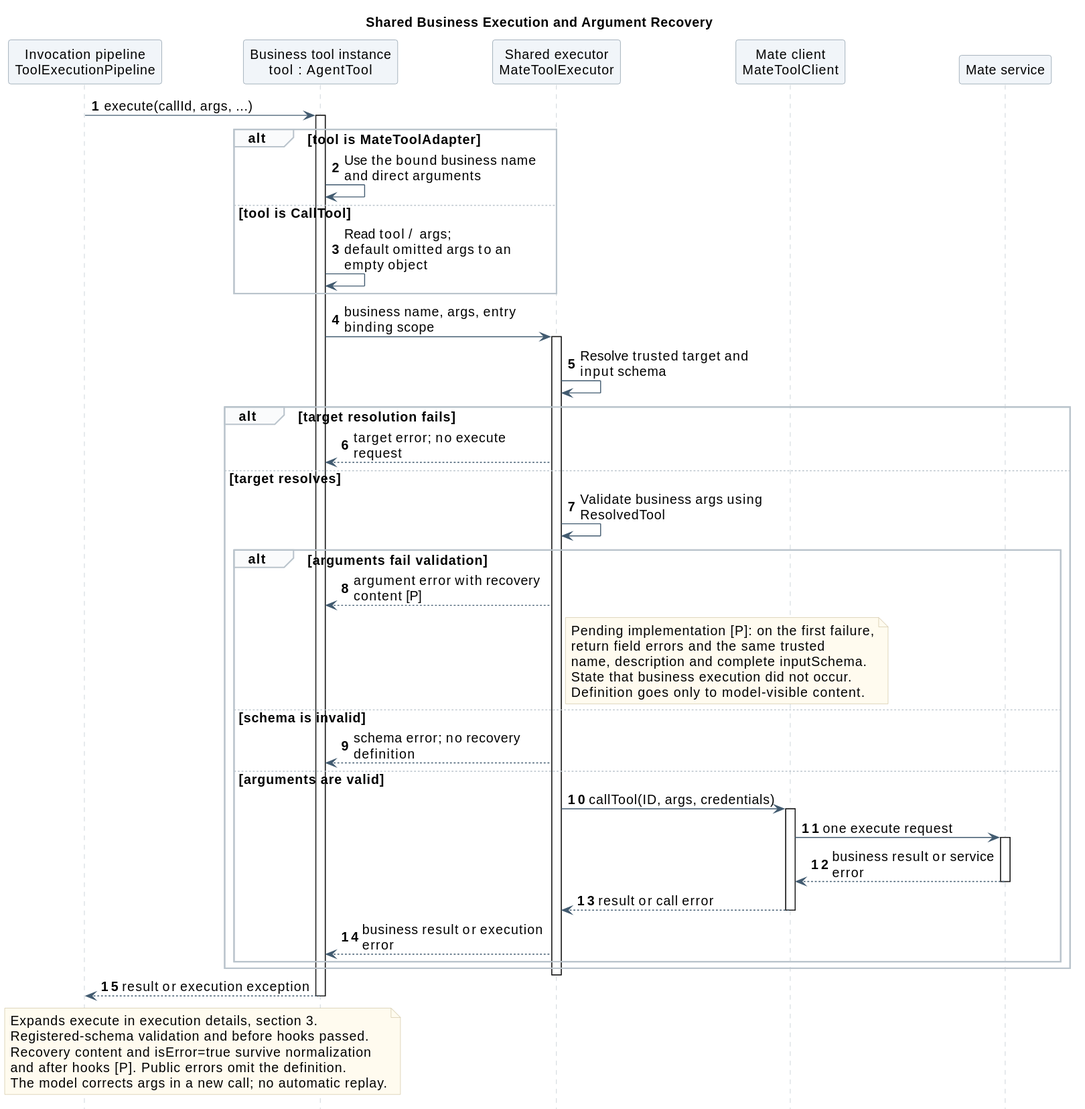
This is 01-总体架构/02-CampusClaw工具系统/call_mate_tool_sequence.svg from ssm0808/pi-mono-java-design, a PlantUML export, as it was before one commit.
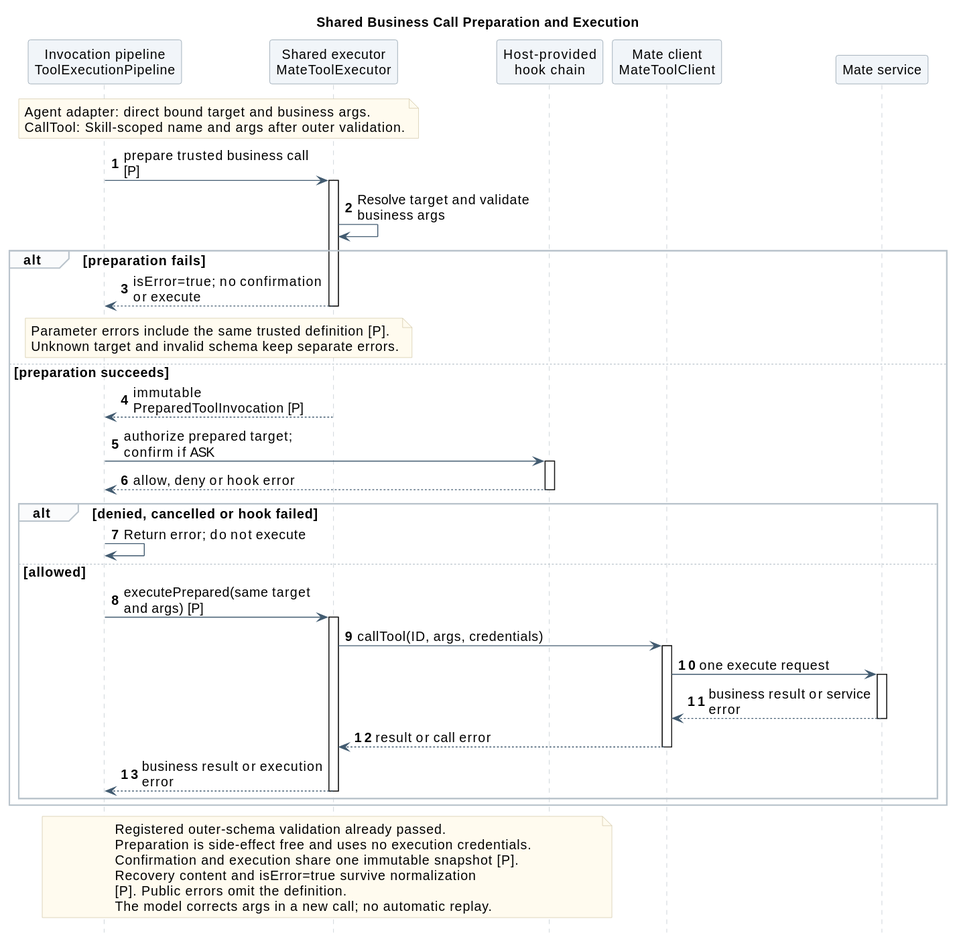
Later version of the same file.

Diff of the diagram source:
```diff
@@ -17,53 +17,48 @@
 skinparam noteBorderColor #D2C6A5
 hide footbox
 autonumber
-title Shared Business Execution and Argument Recovery
+title Shared Business Call Preparation and Execution
 
 participant "Invocation pipeline\nToolExecutionPipeline" as Pipeline
-participant "Business tool instance\ntool : AgentTool" as Tool
 participant "Shared executor\nMateToolExecutor" as Executor
+participant "Host-provided\nhook chain" as Hooks
 participant "Mate client\nMateToolClient" as Client
 participant "Mate service" as Mate
 
-Pipeline -> Tool ++ : execute(callId, args, ...)
-alt tool is MateToolAdapter
-  Tool -> Tool : Use the bound business name\nand direct arguments
-else tool is CallTool
-  Tool -> Tool : Read tool / args;\ndefault omitted args to an empty object
-end
-Tool -> Executor ++ : business name, args, entry binding scope
-Executor -> Executor : Resolve trusted target and input schema
-alt target resolution fails
-  Executor --> Tool : target error; no execute request
-else target resolves
-  Executor -> Executor : Validate business args using ResolvedTool
-  alt arguments fail validation
-    Executor --> Tool : argument error with recovery content [P]
-    note right of Executor
-      Pending implementation [P]: on the first failure,
-      return field errors and the same trusted
-      name, description and complete inputSchema.
-      State that business execution did not occur.
-      Definition goes only to model-visible content.
-    end note
-  else schema is invalid
-    Executor --> Tool : schema error; no recovery definition
-  else arguments are valid
+note over Pipeline, Executor
+  Agent adapter: direct bound target and business args.
+  CallTool: Skill-scoped name and args after outer validation.
+end note
+Pipeline -> Executor ++ : prepare trusted business call [P]
+Executor -> Executor : Resolve target and validate business args
+alt preparation fails
+  Executor --> Pipeline -- : isError=true; no confirmation or execute
+  note over Pipeline, Executor
+    Parameter errors include the same trusted definition [P].
+    Unknown target and invalid schema keep separate errors.
+  end note
+else preparation succeeds
+  Executor --> Pipeline -- : immutable PreparedToolInvocation [P]
+  Pipeline -> Hooks ++ : authorize prepared target; confirm if ASK
+  Hooks --> Pipeline -- : allow, deny or hook error
+  alt denied, cancelled or hook failed
+    Pipeline -> Pipeline : Return error; do not execute
+  else allowed
+    Pipeline -> Executor ++ : executePrepared(same target and args) [P]
     Executor -> Client ++ : callTool(ID, args, credentials)
     Client -> Mate ++ : one execute request
     Mate --> Client -- : business result or service error
     Client --> Executor -- : result or call error
-    Executor --> Tool : business result or execution error
+    Executor --> Pipeline -- : business result or execution error
   end
 end
-deactivate Executor
-Tool --> Pipeline -- : result or execution exception
 
-note over Pipeline, Tool
-  Expands execute in execution details, section 3.
-  Registered-schema validation and before hooks passed.
+note over Pipeline, Hooks
+  Registered outer-schema validation already passed.
+  Preparation is side-effect free and uses no execution credentials.
+  Confirmation and execution share one immutable snapshot [P].
   Recovery content and isError=true survive normalization
-  and after hooks [P]. Public errors omit the definition.
+  [P]. Public errors omit the definition.
   The model corrects args in a new call; no automatic replay.
 end note
 @enduml
```
